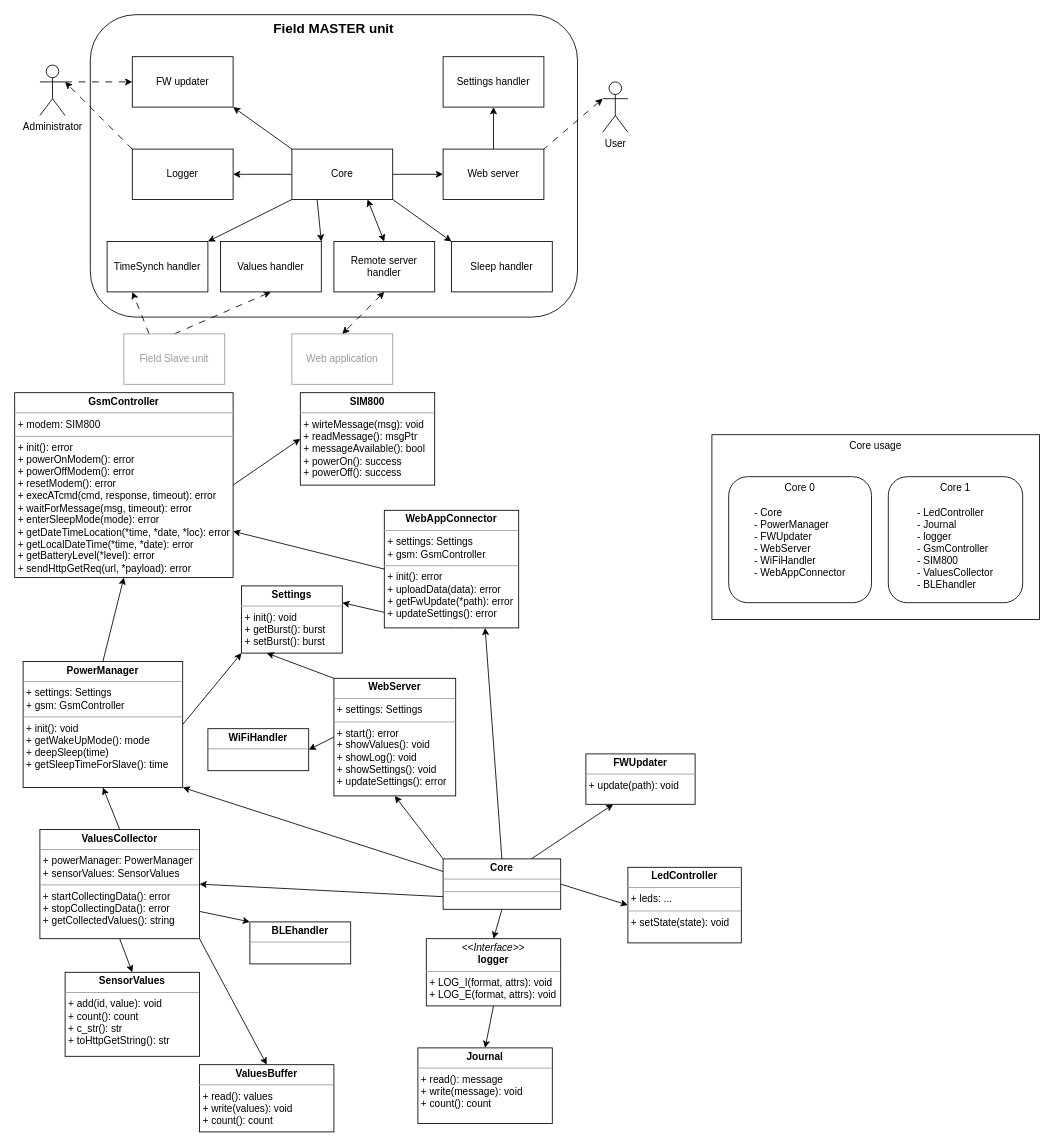
Earlier version of the draw.io diagram page "Master unit" (7 of 7) of docs/Apiary_charts_and_views.drawio (Barabas19/Apiary_system). Source tidied: cells renumbered, new cells numbered last; positions are measured from the earlier drawing's top-left corner, leaving out a move shared by most shapes. Both pictures are drawn from the tidied source at 84%, with x=0, y=0 at pixel (14, 14).
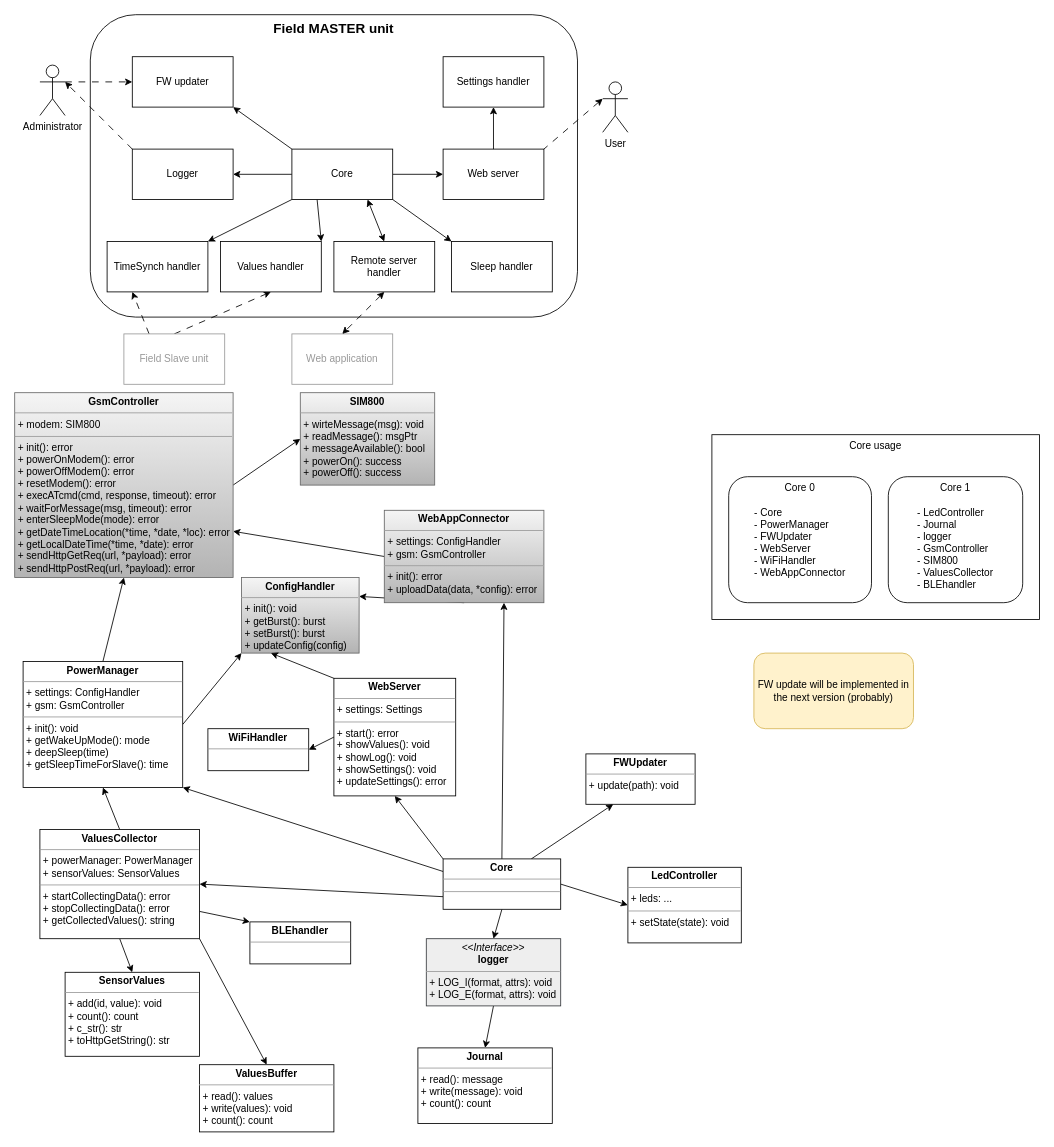
After the change.

Commit message (it also covers changes not shown here):
Implement web app connector

What changed in the source:
```diff
@@
-    <mxCell id="30" value="&lt;p style=&quot;margin:0px;margin-top:4px;text-align:center;&quot;&gt;&lt;b&gt;SIM800&lt;/b&gt;&lt;/p&gt;&lt;hr size=&quot;1&quot;&gt;&lt;p style=&quot;margin:0px;margin-left:4px;&quot;&gt;&lt;/p&gt;&lt;p style=&quot;margin:0px;margin-left:4px;&quot;&gt;+ wirteMessage(msg): void&lt;/p&gt;&lt;p style=&quot;margin:0px;margin-left:4px;&quot;&gt;+ readMessage(): msgPtr&lt;/p&gt;&lt;p style=&quot;margin:0px;margin-left:4px;&quot;&gt;+ messageAvailable(): bool&lt;/p&gt;&lt;p style=&quot;margin:0px;margin-left:4px;&quot;&gt;+ powerOn(): success&lt;/p&gt;&lt;p style=&quot;margin:0px;margin-left:4px;&quot;&gt;+ powerOff(): success&lt;/p&gt;" style="verticalAlign=top;align=left;overflow=fill;fontSize=12;fontFamily=Helvetica;html=1;whiteSpace=wrap;" parent="1" vertex="1">
+    <mxCell id="30" value="&lt;p style=&quot;margin:0px;margin-top:4px;text-align:center;&quot;&gt;&lt;b&gt;SIM800&lt;/b&gt;&lt;/p&gt;&lt;hr size=&quot;1&quot;&gt;&lt;p style=&quot;margin:0px;margin-left:4px;&quot;&gt;&lt;/p&gt;&lt;p style=&quot;margin:0px;margin-left:4px;&quot;&gt;+ wirteMessage(msg): void&lt;/p&gt;&lt;p style=&quot;margin:0px;margin-left:4px;&quot;&gt;+ readMessage(): msgPtr&lt;/p&gt;&lt;p style=&quot;margin:0px;margin-left:4px;&quot;&gt;+ messageAvailable(): bool&lt;/p&gt;&lt;p style=&quot;margin:0px;margin-left:4px;&quot;&gt;+ powerOn(): success&lt;/p&gt;&lt;p style=&quot;margin:0px;margin-left:4px;&quot;&gt;+ powerOff(): success&lt;/p&gt;" style="verticalAlign=top;align=left;overflow=fill;fontSize=12;fontFamily=Helvetica;html=1;whiteSpace=wrap;fillColor=#f5f5f5;strokeColor=#666666;gradientColor=#b3b3b3;" parent="1" vertex="1">
       <mxGeometry x="340" y="450" width="160" height="110" as="geometry" />
     </mxCell>
@@
-    <mxCell id="32" value="&lt;p style=&quot;margin:0px;margin-top:4px;text-align:center;&quot;&gt;&lt;i&gt;&amp;lt;&amp;lt;Interface&amp;gt;&amp;gt;&lt;/i&gt;&lt;br&gt;&lt;b&gt;logger&lt;/b&gt;&lt;/p&gt;&lt;hr size=&quot;1&quot;&gt;&lt;p style=&quot;border-color: var(--border-color); margin: 0px 0px 0px 4px;&quot;&gt;+ LOG_I(format, attrs): void&lt;/p&gt;&lt;p style=&quot;border-color: var(--border-color); margin: 0px 0px 0px 4px;&quot;&gt;+ LOG_E(format, attrs): void&lt;/p&gt;" style="verticalAlign=top;align=left;overflow=fill;fontSize=12;fontFamily=Helvetica;html=1;whiteSpace=wrap;" parent="1" vertex="1">
+    <mxCell id="32" value="&lt;p style=&quot;margin:0px;margin-top:4px;text-align:center;&quot;&gt;&lt;i&gt;&amp;lt;&amp;lt;Interface&amp;gt;&amp;gt;&lt;/i&gt;&lt;br&gt;&lt;b&gt;logger&lt;/b&gt;&lt;/p&gt;&lt;hr size=&quot;1&quot;&gt;&lt;p style=&quot;border-color: var(--border-color); margin: 0px 0px 0px 4px;&quot;&gt;+ LOG_I(format, attrs): void&lt;/p&gt;&lt;p style=&quot;border-color: var(--border-color); margin: 0px 0px 0px 4px;&quot;&gt;+ LOG_E(format, attrs): void&lt;/p&gt;" style="verticalAlign=top;align=left;overflow=fill;fontSize=12;fontFamily=Helvetica;html=1;whiteSpace=wrap;fillColor=#eeeeee;strokeColor=#36393d;" parent="1" vertex="1">
       <mxGeometry x="490" y="1100" width="160" height="80" as="geometry" />
     </mxCell>
@@
-    <mxCell id="34" value="&lt;p style=&quot;margin:0px;margin-top:4px;text-align:center;&quot;&gt;&lt;b&gt;GsmController&lt;/b&gt;&lt;/p&gt;&lt;hr size=&quot;1&quot;&gt;&lt;p style=&quot;margin:0px;margin-left:4px;&quot;&gt;+ modem: SIM800&lt;/p&gt;&lt;hr size=&quot;1&quot;&gt;&lt;p style=&quot;margin:0px;margin-left:4px;&quot;&gt;+ init(): error&lt;/p&gt;&lt;p style=&quot;margin:0px;margin-left:4px;&quot;&gt;+ powerOnModem(): error&lt;/p&gt;&lt;p style=&quot;margin:0px;margin-left:4px;&quot;&gt;+ powerOffModem(): error&lt;/p&gt;&lt;p style=&quot;margin:0px;margin-left:4px;&quot;&gt;+ resetModem(): error&lt;/p&gt;&lt;p style=&quot;margin:0px;margin-left:4px;&quot;&gt;+ execATcmd(cmd, response, timeout): error&lt;/p&gt;&lt;p style=&quot;margin:0px;margin-left:4px;&quot;&gt;+ waitForMessage(msg, timeout): error&lt;/p&gt;&lt;p style=&quot;margin:0px;margin-left:4px;&quot;&gt;+ enterSleepMode(mode): error&lt;/p&gt;&lt;p style=&quot;margin:0px;margin-left:4px;&quot;&gt;+ getDateTimeLocation(*time, *date, *loc): error&lt;/p&gt;&lt;p style=&quot;margin:0px;margin-left:4px;&quot;&gt;+ getLocalDateTime(*time, *date): error&lt;/p&gt;&lt;p style=&quot;margin:0px;margin-left:4px;&quot;&gt;+ getBatteryLevel(*level): error&lt;/p&gt;&lt;p style=&quot;margin:0px;margin-left:4px;&quot;&gt;+ sendHttpGetReq(url, *payload): error&lt;/p&gt;" style="verticalAlign=top;align=left;overflow=fill;fontSize=12;fontFamily=Helvetica;html=1;whiteSpace=wrap;" parent="1" vertex="1">
+    <mxCell id="34" value="&lt;p style=&quot;margin:0px;margin-top:4px;text-align:center;&quot;&gt;&lt;b&gt;GsmController&lt;/b&gt;&lt;/p&gt;&lt;hr size=&quot;1&quot;&gt;&lt;p style=&quot;margin:0px;margin-left:4px;&quot;&gt;+ modem: SIM800&lt;/p&gt;&lt;hr size=&quot;1&quot;&gt;&lt;p style=&quot;margin:0px;margin-left:4px;&quot;&gt;+ init(): error&lt;/p&gt;&lt;p style=&quot;margin:0px;margin-left:4px;&quot;&gt;+ powerOnModem(): error&lt;/p&gt;&lt;p style=&quot;margin:0px;margin-left:4px;&quot;&gt;+ powerOffModem(): error&lt;/p&gt;&lt;p style=&quot;margin:0px;margin-left:4px;&quot;&gt;+ resetModem(): error&lt;/p&gt;&lt;p style=&quot;margin:0px;margin-left:4px;&quot;&gt;+ execATcmd(cmd, response, timeout): error&lt;/p&gt;&lt;p style=&quot;margin:0px;margin-left:4px;&quot;&gt;+ waitForMessage(msg, timeout): error&lt;/p&gt;&lt;p style=&quot;margin:0px;margin-left:4px;&quot;&gt;+ enterSleepMode(mode): error&lt;/p&gt;&lt;p style=&quot;margin:0px;margin-left:4px;&quot;&gt;+ getDateTimeLocation(*time, *date, *loc): error&lt;/p&gt;&lt;p style=&quot;margin:0px;margin-left:4px;&quot;&gt;+ getLocalDateTime(*time, *date): error&lt;/p&gt;&lt;p style=&quot;margin:0px;margin-left:4px;&quot;&gt;&lt;span style=&quot;background-color: initial;&quot;&gt;+ sendHttpGetReq(url, *payload): error&lt;/span&gt;&lt;br&gt;&lt;/p&gt;&lt;p style=&quot;margin:0px;margin-left:4px;&quot;&gt;+ sendHttpPostReq(url, *payload): error&lt;span style=&quot;background-color: initial;&quot;&gt;&lt;br&gt;&lt;/span&gt;&lt;/p&gt;" style="verticalAlign=top;align=left;overflow=fill;fontSize=12;fontFamily=Helvetica;html=1;whiteSpace=wrap;fillColor=#f5f5f5;strokeColor=#666666;gradientColor=#b3b3b3;" parent="1" vertex="1">
       <mxGeometry y="450" width="260" height="220" as="geometry" />
     </mxCell>
@@
-    <mxCell id="37" value="&lt;p style=&quot;margin:0px;margin-top:4px;text-align:center;&quot;&gt;&lt;b&gt;WebAppConnector&lt;/b&gt;&lt;/p&gt;&lt;hr size=&quot;1&quot;&gt;&lt;p style=&quot;margin:0px;margin-left:4px;&quot;&gt;+ settings: Settings&lt;br&gt;&lt;/p&gt;&lt;p style=&quot;margin:0px;margin-left:4px;&quot;&gt;+ gsm: GsmController&lt;/p&gt;&lt;hr size=&quot;1&quot;&gt;&lt;p style=&quot;margin:0px;margin-left:4px;&quot;&gt;+ init(): error&lt;/p&gt;&lt;p style=&quot;margin:0px;margin-left:4px;&quot;&gt;+ uploadData(data): error&lt;/p&gt;&lt;p style=&quot;margin:0px;margin-left:4px;&quot;&gt;+ getFwUpdate(*path): error&lt;/p&gt;&lt;p style=&quot;margin:0px;margin-left:4px;&quot;&gt;+ updateSettings(): error&amp;nbsp;&lt;/p&gt;" style="verticalAlign=top;align=left;overflow=fill;fontSize=12;fontFamily=Helvetica;html=1;whiteSpace=wrap;" parent="1" vertex="1">
-      <mxGeometry x="440" y="590" width="160" height="140" as="geometry" />
+    <mxCell id="37" value="&lt;p style=&quot;margin:0px;margin-top:4px;text-align:center;&quot;&gt;&lt;b&gt;WebApp&lt;/b&gt;&lt;b style=&quot;background-color: initial;&quot;&gt;Connector&lt;/b&gt;&lt;/p&gt;&lt;hr size=&quot;1&quot;&gt;&lt;p style=&quot;margin:0px;margin-left:4px;&quot;&gt;+ settings: ConfigHandler&lt;br&gt;&lt;/p&gt;&lt;p style=&quot;margin:0px;margin-left:4px;&quot;&gt;+ gsm: GsmController&lt;/p&gt;&lt;hr size=&quot;1&quot;&gt;&lt;p style=&quot;margin:0px;margin-left:4px;&quot;&gt;+ init(): error&lt;/p&gt;&lt;p style=&quot;margin:0px;margin-left:4px;&quot;&gt;+ uploadData(data, *config): error&lt;/p&gt;" style="verticalAlign=top;align=left;overflow=fill;fontSize=12;fontFamily=Helvetica;html=1;whiteSpace=wrap;fillColor=#f5f5f5;gradientColor=#b3b3b3;strokeColor=#666666;" parent="1" vertex="1">
+      <mxGeometry x="440" y="590" width="190" height="110" as="geometry" />
     </mxCell>
@@
-    <mxCell id="40" value="&lt;p style=&quot;margin:0px;margin-top:4px;text-align:center;&quot;&gt;&lt;b&gt;PowerManager&lt;/b&gt;&lt;/p&gt;&lt;hr size=&quot;1&quot;&gt;&lt;p style=&quot;margin:0px;margin-left:4px;&quot;&gt;+ settings: Settings&lt;/p&gt;&lt;p style=&quot;margin:0px;margin-left:4px;&quot;&gt;+ gsm: GsmController&lt;/p&gt;&lt;hr size=&quot;1&quot;&gt;&lt;p style=&quot;margin:0px;margin-left:4px;&quot;&gt;+ init(): void&lt;/p&gt;&lt;p style=&quot;margin:0px;margin-left:4px;&quot;&gt;+ getWakeUpMode(): mode&lt;/p&gt;&lt;p style=&quot;margin:0px;margin-left:4px;&quot;&gt;+ deepSleep(time)&lt;/p&gt;&lt;p style=&quot;margin:0px;margin-left:4px;&quot;&gt;+ getSleepTimeForSlave(): time&lt;/p&gt;" style="verticalAlign=top;align=left;overflow=fill;fontSize=12;fontFamily=Helvetica;html=1;whiteSpace=wrap;" parent="1" vertex="1">
+    <mxCell id="40" value="&lt;p style=&quot;margin:0px;margin-top:4px;text-align:center;&quot;&gt;&lt;b&gt;PowerManager&lt;/b&gt;&lt;/p&gt;&lt;hr size=&quot;1&quot;&gt;&lt;p style=&quot;margin:0px;margin-left:4px;&quot;&gt;+ settings: ConfigHandler&lt;/p&gt;&lt;p style=&quot;margin:0px;margin-left:4px;&quot;&gt;+ gsm: GsmController&lt;/p&gt;&lt;hr size=&quot;1&quot;&gt;&lt;p style=&quot;margin:0px;margin-left:4px;&quot;&gt;+ init(): void&lt;/p&gt;&lt;p style=&quot;margin:0px;margin-left:4px;&quot;&gt;+ getWakeUpMode(): mode&lt;/p&gt;&lt;p style=&quot;margin:0px;margin-left:4px;&quot;&gt;+ deepSleep(time)&lt;/p&gt;&lt;p style=&quot;margin:0px;margin-left:4px;&quot;&gt;+ getSleepTimeForSlave(): time&lt;/p&gt;" style="verticalAlign=top;align=left;overflow=fill;fontSize=12;fontFamily=Helvetica;html=1;whiteSpace=wrap;" parent="1" vertex="1">
       <mxGeometry x="10" y="770" width="190" height="150" as="geometry" />
     </mxCell>
-    <mxCell id="41" value="&lt;p style=&quot;margin:0px;margin-top:4px;text-align:center;&quot;&gt;&lt;b&gt;Settings&lt;/b&gt;&lt;/p&gt;&lt;hr size=&quot;1&quot;&gt;&lt;p style=&quot;margin:0px;margin-left:4px;&quot;&gt;&lt;/p&gt;&lt;p style=&quot;margin:0px;margin-left:4px;&quot;&gt;+ init(): void&lt;/p&gt;&lt;p style=&quot;margin:0px;margin-left:4px;&quot;&gt;+ getBurst(): burst&lt;/p&gt;&lt;p style=&quot;margin:0px;margin-left:4px;&quot;&gt;+ setBurst(): burst&lt;br&gt;&lt;/p&gt;" style="verticalAlign=top;align=left;overflow=fill;fontSize=12;fontFamily=Helvetica;html=1;whiteSpace=wrap;" parent="1" vertex="1">
-      <mxGeometry x="270" y="680" width="120" height="80" as="geometry" />
+    <mxCell id="41" value="&lt;p style=&quot;margin:0px;margin-top:4px;text-align:center;&quot;&gt;&lt;b&gt;ConfigHandler&lt;/b&gt;&lt;/p&gt;&lt;hr size=&quot;1&quot;&gt;&lt;p style=&quot;margin:0px;margin-left:4px;&quot;&gt;&lt;/p&gt;&lt;p style=&quot;margin:0px;margin-left:4px;&quot;&gt;+ init(): void&lt;/p&gt;&lt;p style=&quot;margin:0px;margin-left:4px;&quot;&gt;+ getBurst(): burst&lt;/p&gt;&lt;p style=&quot;margin:0px;margin-left:4px;&quot;&gt;+ setBurst(): burst&lt;br&gt;&lt;/p&gt;&lt;p style=&quot;margin:0px;margin-left:4px;&quot;&gt;+ updateConfig(config)&lt;/p&gt;" style="verticalAlign=top;align=left;overflow=fill;fontSize=12;fontFamily=Helvetica;html=1;whiteSpace=wrap;fillColor=#f5f5f5;strokeColor=#666666;gradientColor=#b3b3b3;" parent="1" vertex="1">
+      <mxGeometry x="270" y="670" width="140" height="90" as="geometry" />
     </mxCell>
@@
+    <mxCell id="69" value="FW update will be implemented in the next version (probably)" style="rounded=1;whiteSpace=wrap;html=1;fillColor=#fff2cc;strokeColor=#d6b656;" parent="1" vertex="1">
+      <mxGeometry x="880" y="760" width="190" height="90" as="geometry" />
+    </mxCell>
```
